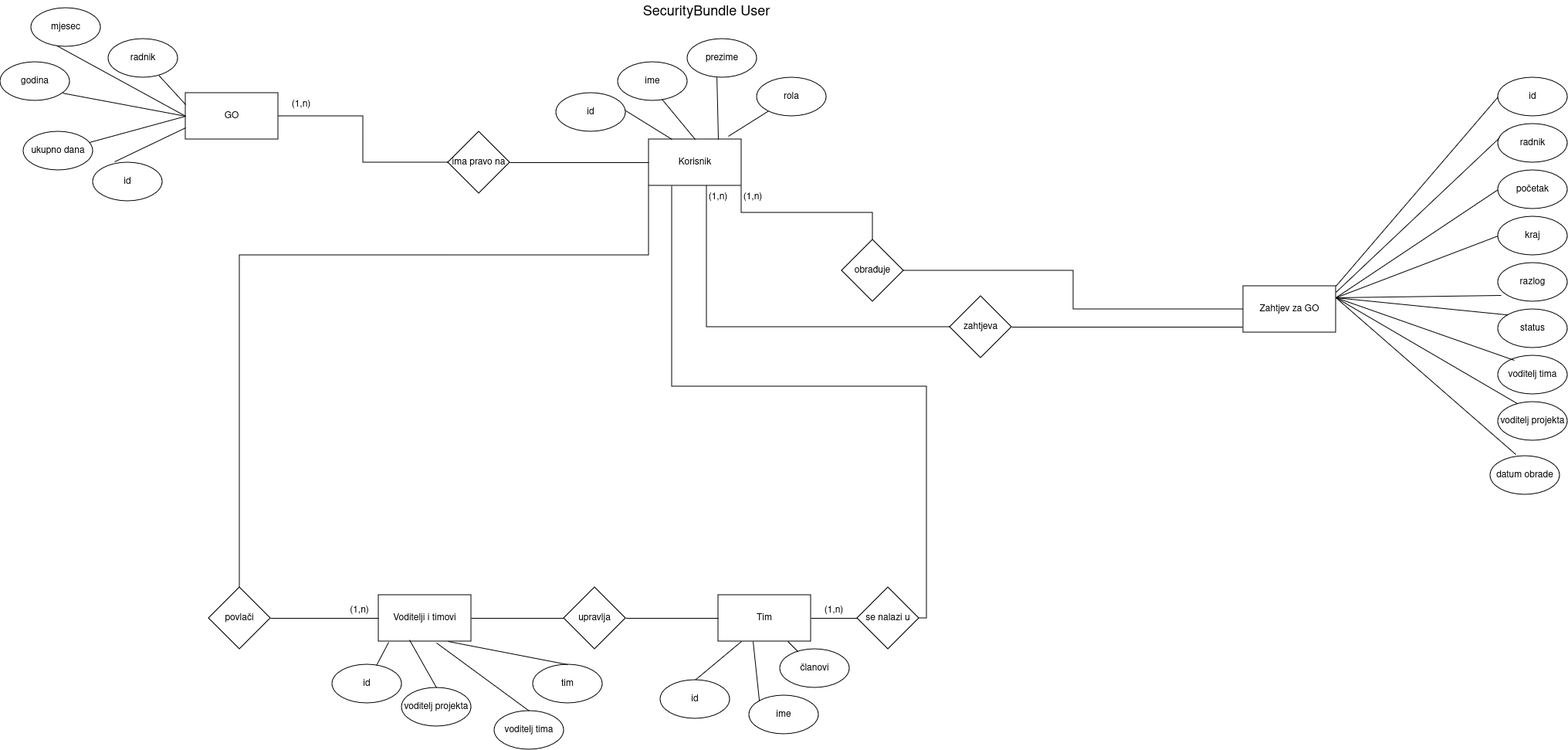
Earlier version of the draw.io export Wireframe/schemas/AnnualLeaveSchema.drawio.png (AndelaDujmov/Internship-2024). Source tidied: cells renumbered, new cells last; positions are measured from the earlier drawing's top-left corner, leaving out a move shared by most shapes.
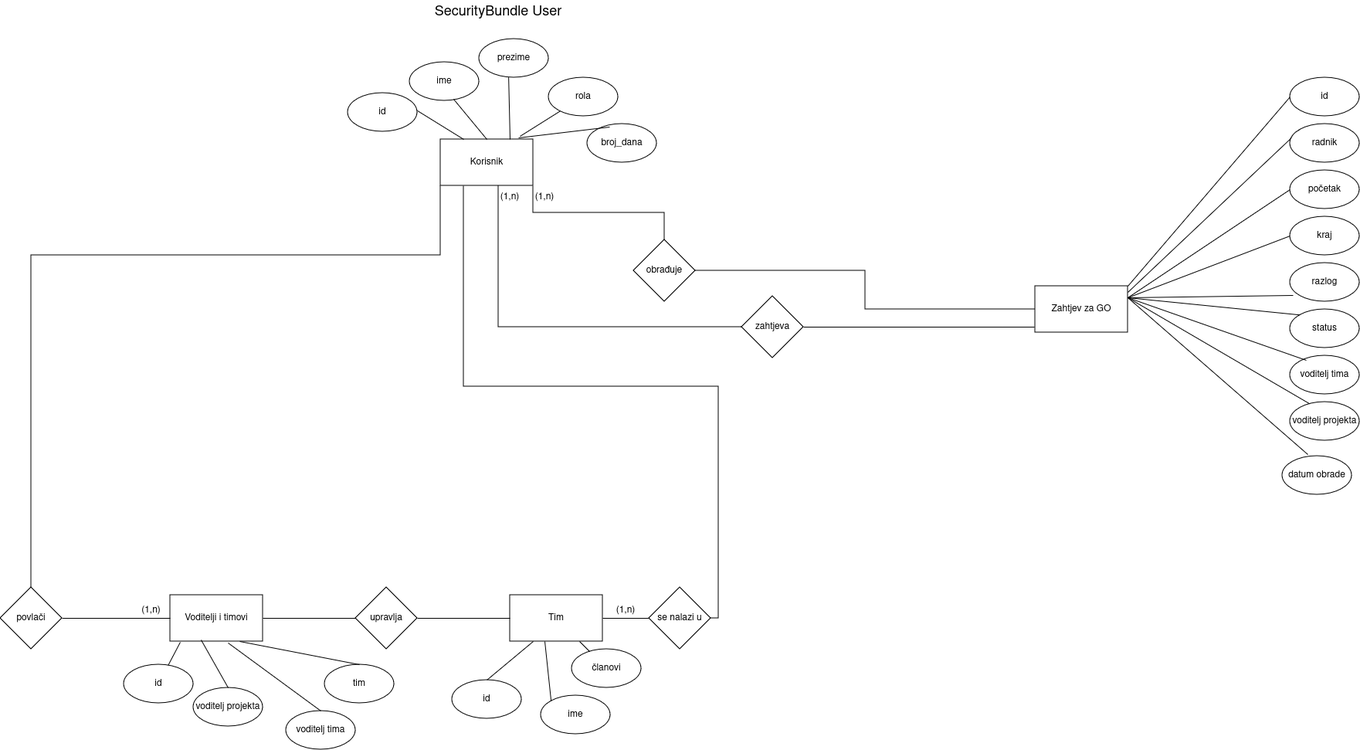
The same diagram one commit later.

Diff of the diagram source:
```diff
@@ -178,51 +178,6 @@
     <mxCell id="58" value="(1,n)" style="text;html=1;align=center;verticalAlign=middle;strokeColor=none;fillColor=none;" parent="1" vertex="1">
       <mxGeometry x="440" y="775" width="50" height="30" as="geometry" />
     </mxCell>
-    <mxCell id="59" value="GO" style="rounded=0;whiteSpace=wrap;html=1;" parent="1" vertex="1">
-      <mxGeometry x="240" y="120" width="120" height="60" as="geometry" />
-    </mxCell>
-    <mxCell id="60" style="endArrow=none;html=1;rounded=0;exitX=0;exitY=0.5;exitDx=0;exitDy=0;" parent="1" edge="1" source="59" target="61">
-      <mxGeometry relative="1" as="geometry" />
-    </mxCell>
-    <mxCell id="61" value="ukupno dana" style="ellipse;whiteSpace=wrap;html=1;" parent="1" vertex="1">
-      <mxGeometry x="30" y="170" width="90" height="50" as="geometry" />
-    </mxCell>
-    <mxCell id="62" style="endArrow=none;html=1;rounded=0;exitX=0;exitY=0.5;exitDx=0;exitDy=0;entryX=0.333;entryY=0.94;entryDx=0;entryDy=0;entryPerimeter=0;" parent="1" edge="1" source="59" target="63">
-      <mxGeometry relative="1" as="geometry" />
-    </mxCell>
-    <mxCell id="63" value="mjesec" style="ellipse;whiteSpace=wrap;html=1;" parent="1" vertex="1">
-      <mxGeometry x="40" y="10" width="90" height="50" as="geometry" />
-    </mxCell>
-    <mxCell id="64" style="endArrow=none;html=1;rounded=0;exitX=0;exitY=0.5;exitDx=0;exitDy=0;entryX=0;entryY=0.5;entryDx=0;entryDy=0;" parent="1" edge="1" source="59" target="65">
-      <mxGeometry relative="1" as="geometry" />
-    </mxCell>
-    <mxCell id="65" value="godina" style="ellipse;whiteSpace=wrap;html=1;" parent="1" vertex="1">
-      <mxGeometry y="80" width="90" height="50" as="geometry" />
-    </mxCell>
-    <mxCell id="66" style="endArrow=none;html=1;rounded=0;exitX=0;exitY=0.5;exitDx=0;exitDy=0;entryX=1;entryY=0.5;entryDx=0;entryDy=0;edgeStyle=orthogonalEdgeStyle;" parent="1" edge="1" source="67" target="59">
-      <mxGeometry relative="1" as="geometry" />
-    </mxCell>
-    <mxCell id="67" value="ima pravo na" style="rhombus;whiteSpace=wrap;html=1;" parent="1" vertex="1">
-      <mxGeometry x="580" y="170" width="80" height="80" as="geometry" />
-    </mxCell>
-    <mxCell id="68" style="endArrow=none;html=1;rounded=0;entryX=1;entryY=0.5;entryDx=0;entryDy=0;exitX=0;exitY=0.5;exitDx=0;exitDy=0;" parent="1" edge="1" source="49" target="67">
-      <mxGeometry relative="1" as="geometry" />
-    </mxCell>
-    <mxCell id="69" value="(1,n)" style="text;html=1;align=center;verticalAlign=middle;whiteSpace=wrap;rounded=0;" parent="1" vertex="1">
-      <mxGeometry x="360" y="120" width="60" height="30" as="geometry" />
-    </mxCell>
-    <mxCell id="70" value="id" style="ellipse;whiteSpace=wrap;html=1;" parent="1" vertex="1">
-      <mxGeometry x="120" y="210" width="90" height="50" as="geometry" />
-    </mxCell>
-    <mxCell id="71" value="radnik" style="ellipse;whiteSpace=wrap;html=1;" parent="1" vertex="1">
-      <mxGeometry x="140" y="50" width="90" height="50" as="geometry" />
-    </mxCell>
-    <mxCell id="72" style="endArrow=none;html=1;rounded=0;exitX=0;exitY=0.25;exitDx=0;exitDy=0;" parent="1" edge="1" source="59" target="71">
-      <mxGeometry relative="1" as="geometry" />
-    </mxCell>
-    <mxCell id="73" style="endArrow=none;html=1;rounded=0;exitX=0;exitY=0.75;exitDx=0;exitDy=0;entryX=0.311;entryY=-0.02;entryDx=0;entryDy=0;entryPerimeter=0;" parent="1" edge="1" source="59" target="70">
-      <mxGeometry relative="1" as="geometry" />
-    </mxCell>
     <mxCell id="74" style="endArrow=none;html=1;rounded=0;entryX=0.25;entryY=0;entryDx=0;entryDy=0;exitX=0;exitY=0.5;exitDx=0;exitDy=0;edgeStyle=orthogonalEdgeStyle;" parent="1" edge="1" source="14" target="56">
       <mxGeometry relative="1" as="geometry">
         <Array as="points">
@@ -248,5 +203,11 @@
     <mxCell id="80" value="&lt;font style=&quot;font-size: 18px;&quot;&gt;SecurityBundle User&lt;/font&gt;" style="text;html=1;align=center;verticalAlign=middle;whiteSpace=wrap;rounded=0;" parent="1" vertex="1">
       <mxGeometry x="820" width="190" height="30" as="geometry" />
     </mxCell>
+    <mxCell id="81" value="broj_dana" style="ellipse;whiteSpace=wrap;html=1;" parent="1" vertex="1">
+      <mxGeometry x="1030" y="160" width="90" height="50" as="geometry" />
+    </mxCell>
+    <mxCell id="82" style="endArrow=none;html=1;rounded=0;exitX=0.842;exitY=-0.033;exitDx=0;exitDy=0;exitPerimeter=0;entryX=0.322;entryY=0.08;entryDx=0;entryDy=0;entryPerimeter=0;" parent="1" edge="1" source="49" target="81">
+      <mxGeometry relative="1" as="geometry" />
+    </mxCell>
   </root>
 </mxGraphModel>
```
